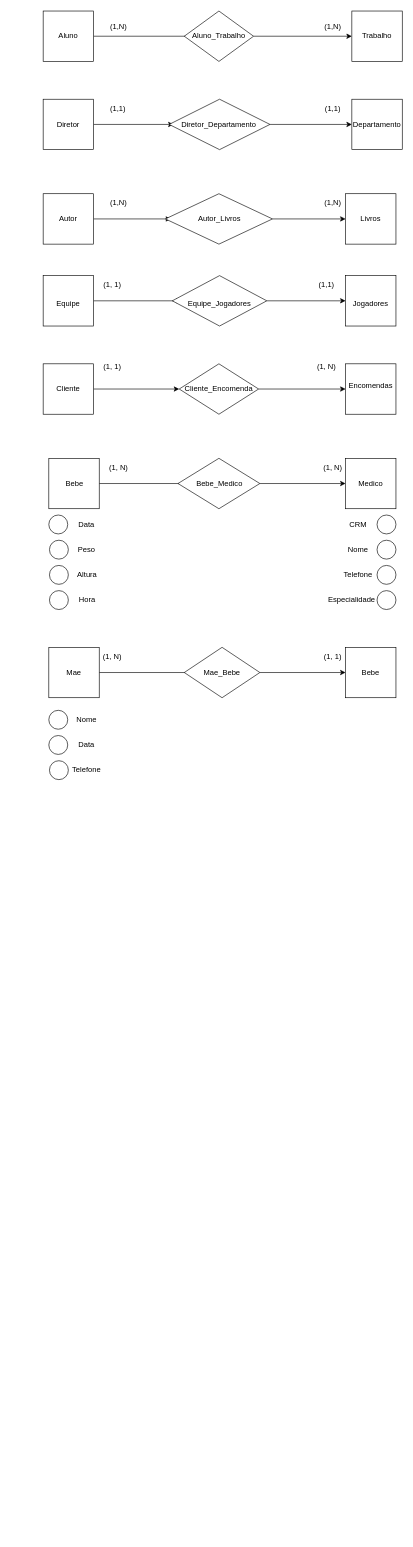
Before: Diagrama sem nome.drawio in LittleLucas155/BancoDeDados, a draw.io diagram. Source tidied: cells renumbered, new cells numbered last; positions are measured from the earlier drawing's top-left corner, leaving out a move shared by most shapes. Both pictures are drawn from the tidied source at 63%, with x=0, y=0 at pixel (43, 11).
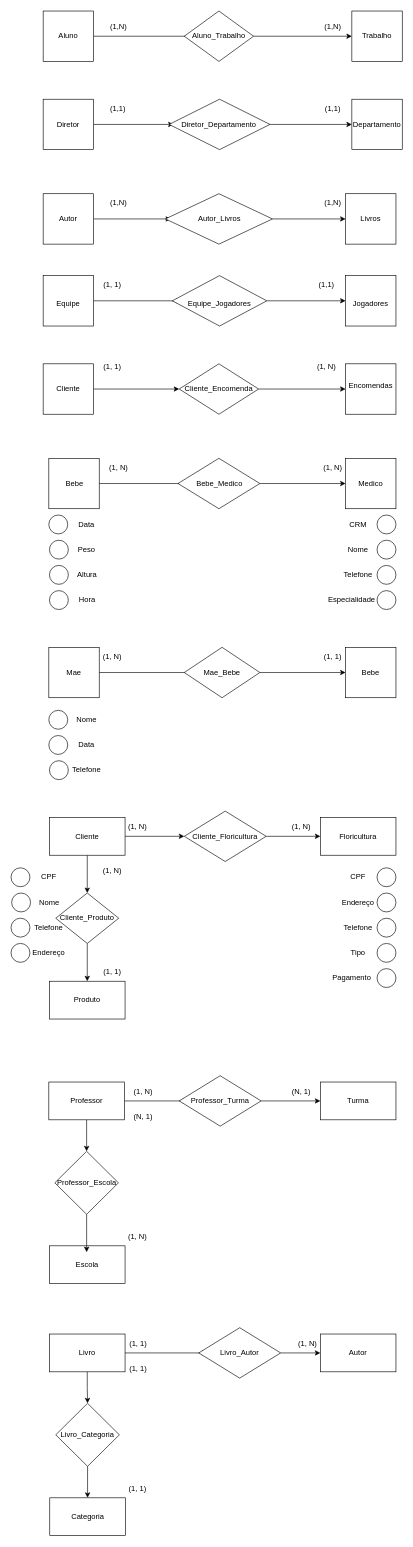
After the change.

Diff of the diagram source:
```diff
@@
+    <mxCell id="90" style="edgeStyle=orthogonalEdgeStyle;rounded=0;jettySize=auto;html=1;exitX=1;exitY=0.5;exitDx=0;exitDy=0;entryX=0;entryY=0.5;entryDx=0;entryDy=0;" parent="1" edge="1" source="92" target="102">
+      <mxGeometry relative="1" as="geometry" />
+    </mxCell>
+    <mxCell id="91" style="edgeStyle=orthogonalEdgeStyle;rounded=0;jettySize=auto;html=1;exitX=0.5;exitY=1;exitDx=0;exitDy=0;" parent="1" edge="1" source="92" target="118">
+      <mxGeometry relative="1" as="geometry" />
+    </mxCell>
+    <mxCell id="92" value="Cliente" style="rounded=0;whiteSpace=wrap;html=1;" parent="1" vertex="1">
+      <mxGeometry x="10" y="1280" width="120" height="60" as="geometry" />
+    </mxCell>
+    <mxCell id="93" style="ellipse;whiteSpace=wrap;html=1;" parent="1" vertex="1">
+      <mxGeometry x="-51" y="1360" width="30" height="30" as="geometry" />
+    </mxCell>
+    <mxCell id="94" style="ellipse;whiteSpace=wrap;html=1;" parent="1" vertex="1">
+      <mxGeometry x="-50" y="1400" width="30" height="30" as="geometry" />
+    </mxCell>
+    <mxCell id="95" style="ellipse;whiteSpace=wrap;html=1;" parent="1" vertex="1">
+      <mxGeometry x="-51" y="1440" width="30" height="30" as="geometry" />
+    </mxCell>
+    <mxCell id="96" value="CPF" style="text;html=1;strokeColor=none;fillColor=none;align=center;verticalAlign=middle;whiteSpace=wrap;rounded=0;" parent="1" vertex="1">
+      <mxGeometry x="-21" y="1360" width="60" height="30" as="geometry" />
+    </mxCell>
+    <mxCell id="97" value="Nome" style="text;html=1;strokeColor=none;fillColor=none;align=center;verticalAlign=middle;whiteSpace=wrap;rounded=0;" parent="1" vertex="1">
+      <mxGeometry x="-20" y="1400" width="60" height="30" as="geometry" />
+    </mxCell>
+    <mxCell id="98" value="Telefone" style="text;html=1;strokeColor=none;fillColor=none;align=center;verticalAlign=middle;whiteSpace=wrap;rounded=0;" parent="1" vertex="1">
+      <mxGeometry x="-21" y="1440" width="60" height="30" as="geometry" />
+    </mxCell>
+    <mxCell id="99" style="rounded=0;whiteSpace=wrap;html=1;" parent="1" vertex="1">
+      <mxGeometry x="440" y="1280" width="120" height="60" as="geometry" />
+    </mxCell>
+    <mxCell id="100" value="Floricultura" style="text;html=1;strokeColor=none;fillColor=none;align=center;verticalAlign=middle;whiteSpace=wrap;rounded=0;" parent="1" vertex="1">
+      <mxGeometry x="470" y="1295" width="60" height="30" as="geometry" />
+    </mxCell>
+    <mxCell id="101" style="edgeStyle=orthogonalEdgeStyle;rounded=0;jettySize=auto;html=1;exitX=1;exitY=0.5;exitDx=0;exitDy=0;entryX=0;entryY=0.5;entryDx=0;entryDy=0;" parent="1" edge="1" source="102" target="99">
+      <mxGeometry relative="1" as="geometry" />
+    </mxCell>
+    <mxCell id="102" value="Cliente_Floricultura" style="rhombus;whiteSpace=wrap;html=1;" parent="1" vertex="1">
+      <mxGeometry x="224" y="1270" width="130" height="80" as="geometry" />
+    </mxCell>
+    <mxCell id="103" value="(1, N)" style="text;html=1;strokeColor=none;fillColor=none;align=center;verticalAlign=middle;whiteSpace=wrap;rounded=0;" parent="1" vertex="1">
+      <mxGeometry x="120" y="1280" width="60" height="30" as="geometry" />
+    </mxCell>
+    <mxCell id="104" value="(1, N)" style="text;html=1;strokeColor=none;fillColor=none;align=center;verticalAlign=middle;whiteSpace=wrap;rounded=0;" parent="1" vertex="1">
+      <mxGeometry x="380" y="1280" width="60" height="30" as="geometry" />
+    </mxCell>
+    <mxCell id="105" style="ellipse;whiteSpace=wrap;html=1;" parent="1" vertex="1">
+      <mxGeometry x="-51" y="1480" width="30" height="30" as="geometry" />
+    </mxCell>
+    <mxCell id="106" value="Endereço" style="text;html=1;strokeColor=none;fillColor=none;align=center;verticalAlign=middle;whiteSpace=wrap;rounded=0;" parent="1" vertex="1">
+      <mxGeometry x="-21" y="1480" width="60" height="30" as="geometry" />
+    </mxCell>
+    <mxCell id="107" style="ellipse;whiteSpace=wrap;html=1;" parent="1" vertex="1">
+      <mxGeometry x="530" y="1360" width="30" height="30" as="geometry" />
+    </mxCell>
+    <mxCell id="108" style="ellipse;whiteSpace=wrap;html=1;" parent="1" vertex="1">
+      <mxGeometry x="530" y="1400" width="30" height="30" as="geometry" />
+    </mxCell>
+    <mxCell id="109" style="ellipse;whiteSpace=wrap;html=1;" parent="1" vertex="1">
+      <mxGeometry x="530" y="1440" width="30" height="30" as="geometry" />
+    </mxCell>
+    <mxCell id="110" value="Endereço" style="text;html=1;strokeColor=none;fillColor=none;align=center;verticalAlign=middle;whiteSpace=wrap;rounded=0;" parent="1" vertex="1">
+      <mxGeometry x="470" y="1400" width="60" height="30" as="geometry" />
+    </mxCell>
+    <mxCell id="111" value="Telefone" style="text;html=1;strokeColor=none;fillColor=none;align=center;verticalAlign=middle;whiteSpace=wrap;rounded=0;" parent="1" vertex="1">
+      <mxGeometry x="470" y="1440" width="60" height="30" as="geometry" />
+    </mxCell>
+    <mxCell id="112" style="ellipse;whiteSpace=wrap;html=1;" parent="1" vertex="1">
+      <mxGeometry x="530" y="1480" width="30" height="30" as="geometry" />
+    </mxCell>
+    <mxCell id="113" value="Tipo" style="text;html=1;strokeColor=none;fillColor=none;align=center;verticalAlign=middle;whiteSpace=wrap;rounded=0;" parent="1" vertex="1">
+      <mxGeometry x="470" y="1480" width="60" height="30" as="geometry" />
+    </mxCell>
+    <mxCell id="114" value="CPF" style="text;html=1;strokeColor=none;fillColor=none;align=center;verticalAlign=middle;whiteSpace=wrap;rounded=0;" parent="1" vertex="1">
+      <mxGeometry x="470" y="1360" width="60" height="30" as="geometry" />
+    </mxCell>
+    <mxCell id="115" style="ellipse;whiteSpace=wrap;html=1;" parent="1" vertex="1">
+      <mxGeometry x="530" y="1520" width="30" height="30" as="geometry" />
+    </mxCell>
+    <mxCell id="116" value="Pagamento" style="text;html=1;strokeColor=none;fillColor=none;align=center;verticalAlign=middle;whiteSpace=wrap;rounded=0;" parent="1" vertex="1">
+      <mxGeometry x="460" y="1520" width="60" height="30" as="geometry" />
+    </mxCell>
+    <mxCell id="117" style="edgeStyle=orthogonalEdgeStyle;rounded=0;jettySize=auto;html=1;exitX=0.5;exitY=1;exitDx=0;exitDy=0;entryX=0.5;entryY=0;entryDx=0;entryDy=0;" parent="1" edge="1" source="118" target="119">
+      <mxGeometry relative="1" as="geometry" />
+    </mxCell>
+    <mxCell id="118" value="Cliente_Produto" style="rhombus;whiteSpace=wrap;html=1;" parent="1" vertex="1">
+      <mxGeometry x="20" y="1400" width="100" height="80" as="geometry" />
+    </mxCell>
+    <mxCell id="119" value="Produto" style="rounded=0;whiteSpace=wrap;html=1;" parent="1" vertex="1">
+      <mxGeometry x="10" y="1540" width="120" height="60" as="geometry" />
+    </mxCell>
+    <mxCell id="120" value="(1, N)" style="text;html=1;strokeColor=none;fillColor=none;align=center;verticalAlign=middle;whiteSpace=wrap;rounded=0;" parent="1" vertex="1">
+      <mxGeometry x="80" y="1350" width="60" height="30" as="geometry" />
+    </mxCell>
+    <mxCell id="121" value="(1, 1)" style="text;html=1;strokeColor=none;fillColor=none;align=center;verticalAlign=middle;whiteSpace=wrap;rounded=0;" parent="1" vertex="1">
+      <mxGeometry x="80" y="1510" width="60" height="30" as="geometry" />
+    </mxCell>
+    <mxCell id="122" style="edgeStyle=orthogonalEdgeStyle;rounded=0;jettySize=auto;html=1;exitX=1;exitY=0.5;exitDx=0;exitDy=0;entryX=0.108;entryY=0.5;entryDx=0;entryDy=0;entryPerimeter=0;" parent="1" edge="1" source="124" target="127">
+      <mxGeometry relative="1" as="geometry" />
+    </mxCell>
+    <mxCell id="123" style="edgeStyle=orthogonalEdgeStyle;rounded=0;jettySize=auto;html=1;exitX=0.5;exitY=1;exitDx=0;exitDy=0;" parent="1" edge="1" source="124" target="130">
+      <mxGeometry relative="1" as="geometry" />
+    </mxCell>
+    <mxCell id="124" value="Professor" style="rounded=0;whiteSpace=wrap;html=1;" parent="1" vertex="1">
+      <mxGeometry x="9" y="1700" width="120" height="60" as="geometry" />
+    </mxCell>
+    <mxCell id="125" value="Turma" style="rounded=0;whiteSpace=wrap;html=1;" parent="1" vertex="1">
+      <mxGeometry x="440" y="1700" width="120" height="60" as="geometry" />
+    </mxCell>
+    <mxCell id="126" style="edgeStyle=orthogonalEdgeStyle;rounded=0;jettySize=auto;html=1;exitX=1;exitY=0.5;exitDx=0;exitDy=0;entryX=0;entryY=0.5;entryDx=0;entryDy=0;" parent="1" edge="1" source="127" target="125">
+      <mxGeometry relative="1" as="geometry" />
+    </mxCell>
+    <mxCell id="127" value="Professor_Turma" style="rhombus;whiteSpace=wrap;html=1;" parent="1" vertex="1">
+      <mxGeometry x="216" y="1690" width="130" height="80" as="geometry" />
+    </mxCell>
+    <mxCell id="128" value="Escola" style="rounded=0;whiteSpace=wrap;html=1;" parent="1" vertex="1">
+      <mxGeometry x="10" y="1960" width="120" height="60" as="geometry" />
+    </mxCell>
+    <mxCell id="129" style="edgeStyle=orthogonalEdgeStyle;rounded=0;jettySize=auto;html=1;exitX=0.5;exitY=1;exitDx=0;exitDy=0;entryX=0.492;entryY=0.167;entryDx=0;entryDy=0;entryPerimeter=0;" parent="1" edge="1" source="130" target="128">
+      <mxGeometry relative="1" as="geometry" />
+    </mxCell>
+    <mxCell id="130" value="Professor_Escola&lt;br&gt;" style="rhombus;whiteSpace=wrap;html=1;" parent="1" vertex="1">
+      <mxGeometry x="18.5" y="1810" width="101" height="100" as="geometry" />
+    </mxCell>
+    <mxCell id="131" value="(1, N)" style="text;html=1;strokeColor=none;fillColor=none;align=center;verticalAlign=middle;whiteSpace=wrap;rounded=0;" parent="1" vertex="1">
+      <mxGeometry x="129" y="1700" width="60" height="30" as="geometry" />
+    </mxCell>
+    <mxCell id="132" value="(N, 1)" style="text;html=1;strokeColor=none;fillColor=none;align=center;verticalAlign=middle;whiteSpace=wrap;rounded=0;" parent="1" vertex="1">
+      <mxGeometry x="380" y="1700" width="60" height="30" as="geometry" />
+    </mxCell>
+    <mxCell id="133" value="(N, 1)" style="text;html=1;strokeColor=none;fillColor=none;align=center;verticalAlign=middle;whiteSpace=wrap;rounded=0;" parent="1" vertex="1">
+      <mxGeometry x="129" y="1740" width="60" height="30" as="geometry" />
+    </mxCell>
+    <mxCell id="134" value="(1, N)" style="text;html=1;strokeColor=none;fillColor=none;align=center;verticalAlign=middle;whiteSpace=wrap;rounded=0;" parent="1" vertex="1">
+      <mxGeometry x="120" y="1930" width="60" height="30" as="geometry" />
+    </mxCell>
+    <mxCell id="135" style="edgeStyle=orthogonalEdgeStyle;rounded=0;jettySize=auto;html=1;exitX=1;exitY=0.5;exitDx=0;exitDy=0;entryX=0.108;entryY=0.5;entryDx=0;entryDy=0;entryPerimeter=0;" parent="1" edge="1" source="137" target="140">
+      <mxGeometry relative="1" as="geometry" />
+    </mxCell>
+    <mxCell id="136" style="edgeStyle=orthogonalEdgeStyle;rounded=0;jettySize=auto;html=1;exitX=0.5;exitY=1;exitDx=0;exitDy=0;" parent="1" edge="1" source="137" target="143">
+      <mxGeometry relative="1" as="geometry" />
+    </mxCell>
+    <mxCell id="137" value="Livro" style="rounded=0;whiteSpace=wrap;html=1;" parent="1" vertex="1">
+      <mxGeometry x="10" y="2100" width="120" height="60" as="geometry" />
+    </mxCell>
+    <mxCell id="138" value="Autor" style="rounded=0;whiteSpace=wrap;html=1;" parent="1" vertex="1">
+      <mxGeometry x="440" y="2100" width="120" height="60" as="geometry" />
+    </mxCell>
+    <mxCell id="139" style="edgeStyle=orthogonalEdgeStyle;rounded=0;jettySize=auto;html=1;exitX=1;exitY=0.5;exitDx=0;exitDy=0;entryX=0;entryY=0.5;entryDx=0;entryDy=0;" parent="1" edge="1" source="140" target="138">
+      <mxGeometry relative="1" as="geometry" />
+    </mxCell>
+    <mxCell id="140" value="Livro_Autor" style="rhombus;whiteSpace=wrap;html=1;" parent="1" vertex="1">
+      <mxGeometry x="247" y="2090" width="130" height="80" as="geometry" />
+    </mxCell>
+    <mxCell id="141" value="Categoria" style="rounded=0;whiteSpace=wrap;html=1;" parent="1" vertex="1">
+      <mxGeometry x="10.5" y="2360" width="120" height="60" as="geometry" />
+    </mxCell>
+    <mxCell id="142" style="edgeStyle=orthogonalEdgeStyle;rounded=0;jettySize=auto;html=1;exitX=0.5;exitY=1;exitDx=0;exitDy=0;entryX=0.5;entryY=0;entryDx=0;entryDy=0;" parent="1" edge="1" source="143" target="141">
+      <mxGeometry relative="1" as="geometry" />
+    </mxCell>
+    <mxCell id="143" value="Livro_Categoria" style="rhombus;whiteSpace=wrap;html=1;" parent="1" vertex="1">
+      <mxGeometry x="20" y="2210" width="101" height="100" as="geometry" />
+    </mxCell>
+    <mxCell id="144" value="(1, 1)" style="text;html=1;strokeColor=none;fillColor=none;align=center;verticalAlign=middle;whiteSpace=wrap;rounded=0;" parent="1" vertex="1">
+      <mxGeometry x="121" y="2100" width="60" height="30" as="geometry" />
+    </mxCell>
+    <mxCell id="145" value="(1, N)" style="text;html=1;strokeColor=none;fillColor=none;align=center;verticalAlign=middle;whiteSpace=wrap;rounded=0;" parent="1" vertex="1">
+      <mxGeometry x="390" y="2100" width="60" height="30" as="geometry" />
+    </mxCell>
+    <mxCell id="146" value="(1, 1)" style="text;html=1;strokeColor=none;fillColor=none;align=center;verticalAlign=middle;whiteSpace=wrap;rounded=0;" parent="1" vertex="1">
+      <mxGeometry x="121" y="2140" width="60" height="30" as="geometry" />
+    </mxCell>
+    <mxCell id="147" value="(1, 1)" style="text;html=1;strokeColor=none;fillColor=none;align=center;verticalAlign=middle;whiteSpace=wrap;rounded=0;" parent="1" vertex="1">
+      <mxGeometry x="119.5" y="2330" width="60" height="30" as="geometry" />
+    </mxCell>
```
